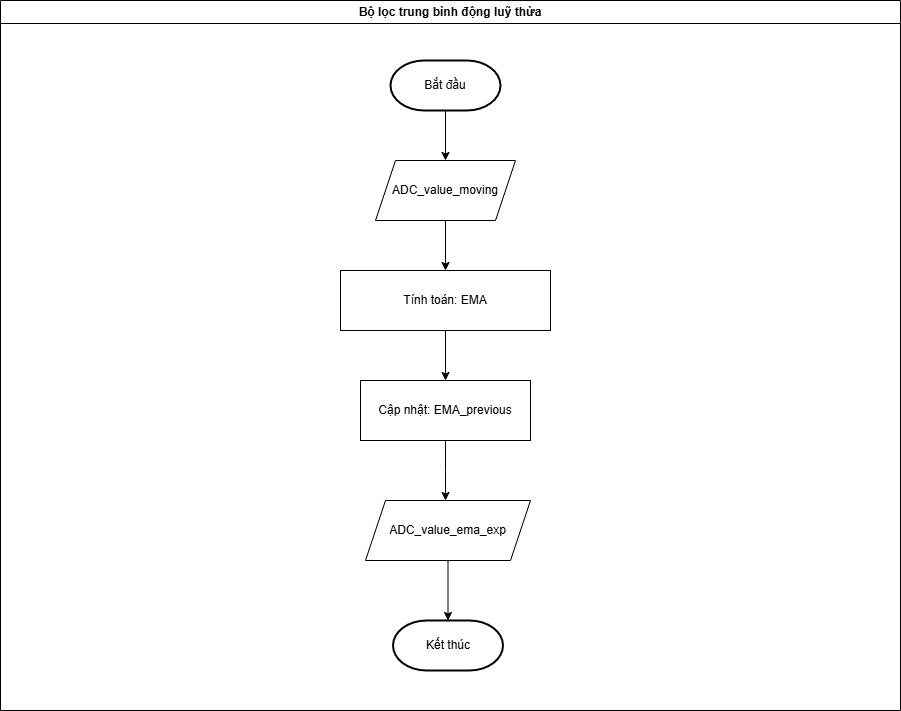
Before: FLOWCHART-VIE/FLOWCHART-EXPONENTIAL-MOVING-AVERAGE-FILTER .png, a diagram exported from draw.io (Quynguyen34/CNC-Drill-Graduation-Project). Source tidied: cells renumbered, new cells last; positions are measured from the earlier drawing's top-left corner, leaving out a move shared by most shapes.
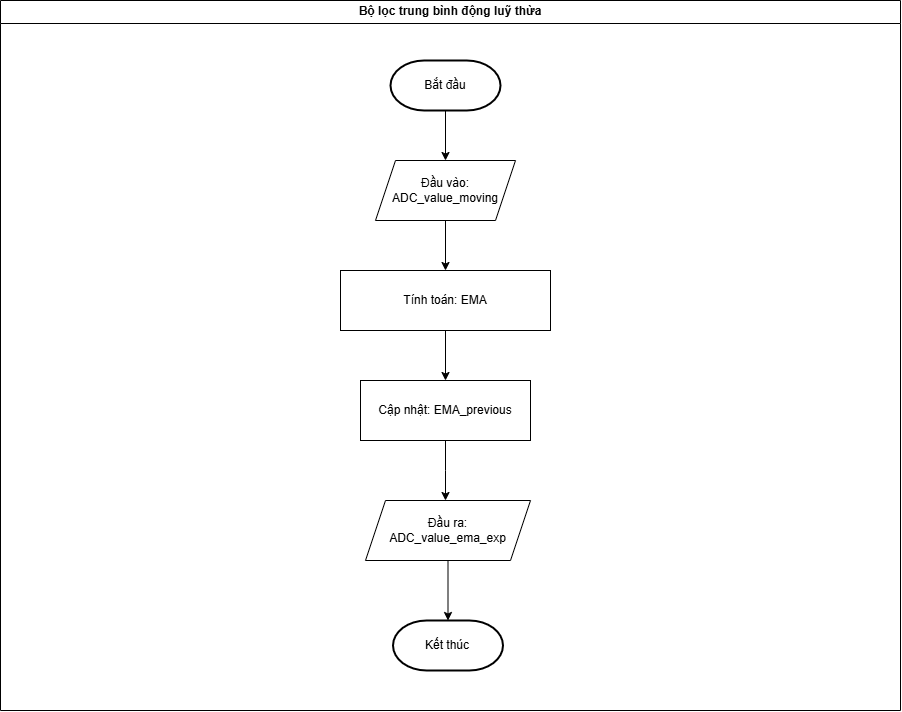
Later version of the same file.

What changed in the source:
```diff
@@ -17,7 +17,7 @@
     <mxCell id="6" style="edgeStyle=orthogonalEdgeStyle;rounded=0;jettySize=auto;html=1;" parent="2" edge="1" source="7" target="9">
       <mxGeometry relative="1" as="geometry" />
     </mxCell>
-    <mxCell id="7" value="ADC_value_moving" style="shape=parallelogram;perimeter=parallelogramPerimeter;whiteSpace=wrap;html=1;fixedSize=1;" parent="2" vertex="1">
+    <mxCell id="7" value="Đầu vào:&lt;div&gt;ADC_value_moving&lt;/div&gt;" style="shape=parallelogram;perimeter=parallelogramPerimeter;whiteSpace=wrap;html=1;fixedSize=1;" parent="2" vertex="1">
       <mxGeometry x="375" y="160" width="140" height="60" as="geometry" />
     </mxCell>
     <mxCell id="8" style="edgeStyle=orthogonalEdgeStyle;rounded=0;jettySize=auto;html=1;" parent="2" edge="1" source="9" target="11">
@@ -37,7 +37,7 @@
     <mxCell id="12" style="edgeStyle=orthogonalEdgeStyle;rounded=0;jettySize=auto;html=1;" parent="2" edge="1" source="13" target="5">
       <mxGeometry relative="1" as="geometry" />
     </mxCell>
-    <mxCell id="13" value="ADC_value_ema_exp" style="shape=parallelogram;perimeter=parallelogramPerimeter;whiteSpace=wrap;html=1;fixedSize=1;" parent="2" vertex="1">
+    <mxCell id="13" value="Đầu ra:&lt;div&gt;ADC_value_ema_exp&lt;/div&gt;" style="shape=parallelogram;perimeter=parallelogramPerimeter;whiteSpace=wrap;html=1;fixedSize=1;" parent="2" vertex="1">
       <mxGeometry x="365" y="500" width="165" height="60" as="geometry" />
     </mxCell>
   </root>
```
